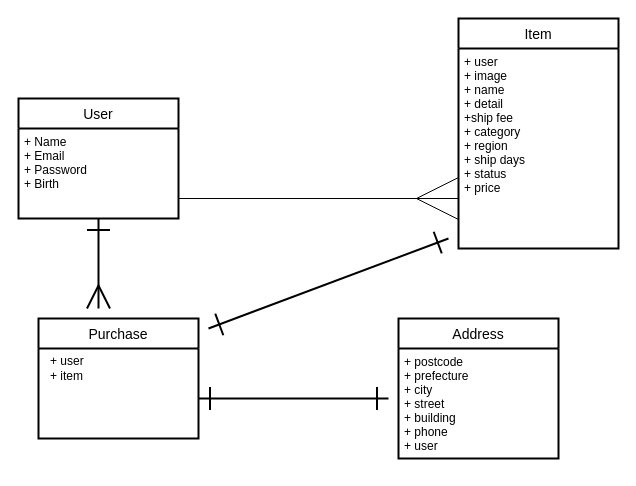
Earlier version of the draw.io diagram app/views/layouts/test.dio (shingooom/furima-39702). Source tidied: cells renumbered, new cells numbered last; positions are measured from the earlier drawing's top-left corner, leaving out a move shared by most shapes. Both pictures are drawn from the tidied source at 100%, with x=0, y=0 at pixel (18, 18).
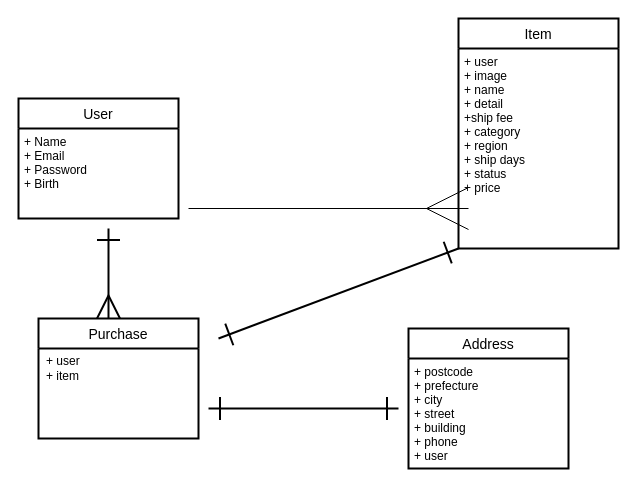
The same page after the edit.

Commit message (it also covers changes not shown here):
データベース設計

What changed in the source:
```diff
@@
 <mxGraphModel>
   <root>
     <mxCell id="0" />
     <mxCell id="1" parent="0" />
     <mxCell id="2" value="User" style="swimlane;horizontal=1;startSize=30;rounded=0;fontSize=14;fontStyle=0;strokeWidth=2;shadow=0;dashed=0;align=center;arcSize=0;" parent="1" vertex="1">
       <mxGeometry y="80" width="160" height="120" as="geometry" />
     </mxCell>
     <mxCell id="3" value="+ Name&#10;+ Email&#10;+ Password&#10;+ Birth" style="align=left;strokeColor=none;fillColor=none;spacingLeft=4;fontSize=12;verticalAlign=top;rounded=0;" parent="2" vertex="1">
       <mxGeometry y="30" width="160" height="90" as="geometry" />
     </mxCell>
     <mxCell id="4" value="Item" style="swimlane;horizontal=1;startSize=30;rounded=0;fontSize=14;fontStyle=0;strokeWidth=2;shadow=0;dashed=0;align=center;" parent="1" vertex="1">
       <mxGeometry x="440" width="160" height="230" as="geometry" />
     </mxCell>
     <mxCell id="5" value="+ user&#10;+ image &#10;+ name &#10;+ detail&#10;+ship fee &#10;+ category&#10;+ region &#10;+ ship days&#10;+ status &#10;+ price" style="align=left;strokeColor=none;fillColor=none;spacingLeft=4;fontSize=12;verticalAlign=top;rounded=0;" parent="4" vertex="1">
       <mxGeometry y="30" width="160" height="200" as="geometry" />
     </mxCell>
-    <mxCell id="6" style="html=1;startArrow=none;startFill=0;endArrow=ERmany;endFill=0;entryX=0;entryY=0.75;entryDx=0;entryDy=0;endSize=40;startSize=40;sourcePerimeterSpacing=20;targetPerimeterSpacing=20;rounded=0;" parent="1" edge="1" target="5">
-      <mxGeometry relative="1" as="geometry">
-        <mxPoint x="160" y="180" as="sourcePoint" />
-      </mxGeometry>
-    </mxCell>
     <mxCell id="7" value="Purchase" style="swimlane;horizontal=1;startSize=30;rounded=0;fontSize=14;fontStyle=0;strokeWidth=2;shadow=0;dashed=0;align=center;arcSize=0;" parent="1" vertex="1">
       <mxGeometry x="20" y="300" width="160" height="120" as="geometry" />
     </mxCell>
+    <mxCell id="13" value="&lt;div style=&quot;text-align: left;&quot;&gt;&lt;span style=&quot;background-color: initial;&quot;&gt;+ user&amp;nbsp;&lt;/span&gt;&lt;/div&gt;&lt;div style=&quot;text-align: left;&quot;&gt;&lt;span style=&quot;background-color: initial;&quot;&gt;+ item　&lt;/span&gt;&lt;/div&gt;" style="text;html=1;align=center;verticalAlign=middle;strokeColor=none;fillColor=none;" parent="1" vertex="1">
+      <mxGeometry x="15" y="330" width="70" height="40" as="geometry" />
+    </mxCell>
+    <mxCell id="14" style="html=1;startArrow=none;startFill=0;endArrow=ERmany;endFill=0;entryX=0;entryY=0.75;entryDx=0;entryDy=0;endSize=40;startSize=40;sourcePerimeterSpacing=20;targetPerimeterSpacing=20;rounded=0;" parent="1" edge="1">
+      <mxGeometry relative="1" as="geometry">
+        <mxPoint x="170" y="190" as="sourcePoint" />
+        <mxPoint x="450" y="190" as="targetPoint" />
+      </mxGeometry>
+    </mxCell>
     <mxCell id="8" value="Address" style="swimlane;horizontal=1;startSize=30;rounded=0;fontSize=14;fontStyle=0;strokeWidth=2;shadow=0;dashed=0;align=center;arcSize=0;" parent="1" vertex="1">
-      <mxGeometry x="380" y="300" width="160" height="140" as="geometry" />
+      <mxGeometry x="390" y="310" width="160" height="140" as="geometry" />
     </mxCell>
     <mxCell id="9" value="+ postcode&#10;+ prefecture&#10;+ city&#10;+ street&#10;+ building&#10;+ phone&#10;+ user" style="align=left;strokeColor=none;fillColor=none;spacingLeft=4;fontSize=12;verticalAlign=top;rounded=0;" parent="8" vertex="1">
       <mxGeometry y="30" width="160" height="110" as="geometry" />
     </mxCell>
-    <mxCell id="10" style="edgeStyle=none;html=1;startArrow=ERone;startFill=0;strokeWidth=2;endArrow=ERone;endFill=0;endSize=20;startSize=20;" parent="1" edge="1">
-      <mxGeometry relative="1" as="geometry">
-        <mxPoint x="370" y="380" as="sourcePoint" />
-        <mxPoint x="180" y="380" as="targetPoint" />
-        <Array as="points">
-          <mxPoint x="300" y="380" />
-        </Array>
-      </mxGeometry>
-    </mxCell>
-    <mxCell id="11" style="edgeStyle=none;html=1;strokeWidth=2;startArrow=ERone;startFill=0;endArrow=ERone;endFill=0;endSize=20;startSize=20;" parent="1" edge="1">
-      <mxGeometry relative="1" as="geometry">
-        <mxPoint x="430" y="220" as="sourcePoint" />
-        <mxPoint x="190" y="310" as="targetPoint" />
-      </mxGeometry>
-    </mxCell>
-    <mxCell id="12" style="edgeStyle=none;html=1;exitX=0.5;exitY=1;exitDx=0;exitDy=0;strokeWidth=2;startArrow=ERone;startFill=0;endArrow=ERmany;endFill=0;endSize=20;startSize=20;" parent="1" edge="1" source="3">
-      <mxGeometry relative="1" as="geometry">
-        <mxPoint x="80" y="290" as="targetPoint" />
-        <Array as="points">
-          <mxPoint x="80" y="280" />
-        </Array>
-      </mxGeometry>
-    </mxCell>
-    <mxCell id="13" value="&lt;div style=&quot;text-align: left;&quot;&gt;&lt;span style=&quot;background-color: initial;&quot;&gt;+ user&amp;nbsp;&lt;/span&gt;&lt;/div&gt;&lt;div style=&quot;text-align: left;&quot;&gt;&lt;span style=&quot;background-color: initial;&quot;&gt;+ item&lt;/span&gt;&lt;/div&gt;" style="text;html=1;align=center;verticalAlign=middle;strokeColor=none;fillColor=none;" parent="1" vertex="1">
-      <mxGeometry x="20" y="330" width="60" height="40" as="geometry" />
-    </mxCell>
+    <mxCell id="15" style="edgeStyle=none;html=1;startArrow=ERone;startFill=0;strokeWidth=2;endArrow=ERone;endFill=0;endSize=20;startSize=20;" parent="1" edge="1">
+      <mxGeometry relative="1" as="geometry">
+        <mxPoint x="380" y="390" as="sourcePoint" />
+        <mxPoint x="190" y="390" as="targetPoint" />
+        <Array as="points">
+          <mxPoint x="310" y="390" />
+        </Array>
+      </mxGeometry>
+    </mxCell>
+    <mxCell id="16" style="edgeStyle=none;html=1;strokeWidth=2;startArrow=ERone;startFill=0;endArrow=ERone;endFill=0;endSize=20;startSize=20;" parent="1" edge="1">
+      <mxGeometry relative="1" as="geometry">
+        <mxPoint x="440" y="230" as="sourcePoint" />
+        <mxPoint x="200" y="320" as="targetPoint" />
+      </mxGeometry>
+    </mxCell>
+    <mxCell id="17" style="edgeStyle=none;html=1;exitX=0.5;exitY=1;exitDx=0;exitDy=0;strokeWidth=2;startArrow=ERone;startFill=0;endArrow=ERmany;endFill=0;endSize=20;startSize=20;" parent="1" edge="1">
+      <mxGeometry relative="1" as="geometry">
+        <mxPoint x="90" y="210" as="sourcePoint" />
+        <mxPoint x="90" y="300" as="targetPoint" />
+        <Array as="points">
+          <mxPoint x="90" y="290" />
+        </Array>
+      </mxGeometry>
+    </mxCell>
   </root>
 </mxGraphModel>
```
